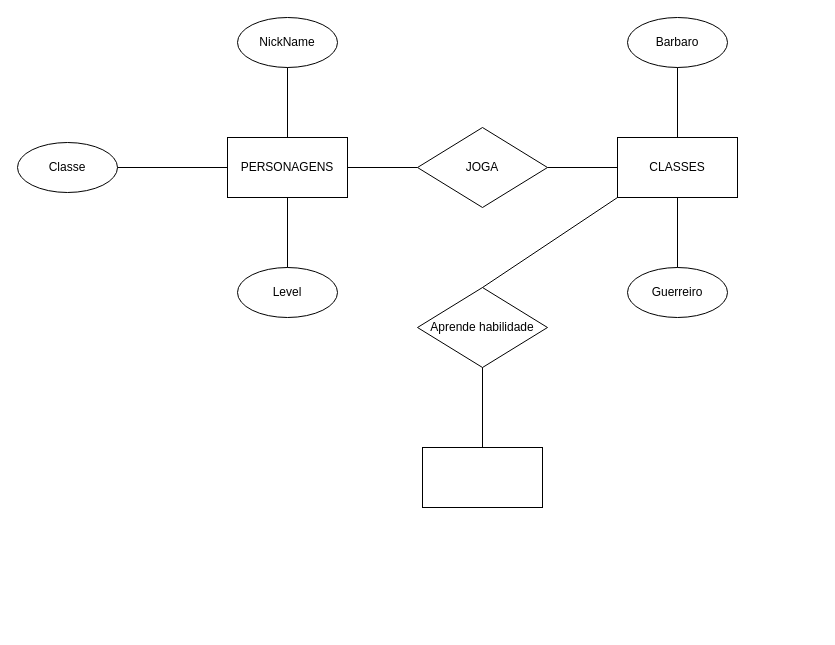
Before: Banco De Dados/atividades/RPG_GAME.drawio in Ricettoo/Trabalhos-CCOMP, a draw.io diagram. Source tidied: cells renumbered, new cells numbered last; positions are measured from the earlier drawing's top-left corner, leaving out a move shared by most shapes. Both pictures are drawn from the tidied source at 100%, with x=0, y=0 at pixel (17, 17).
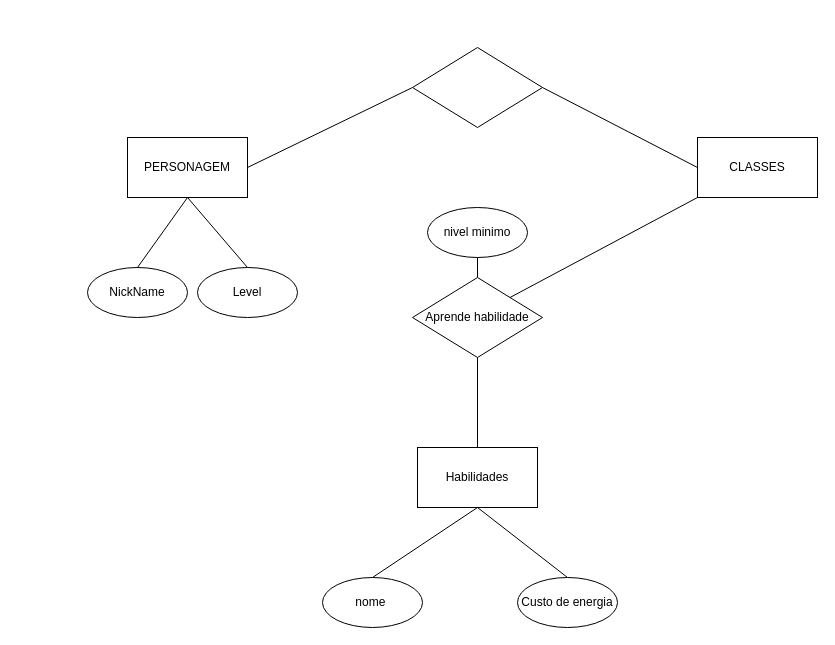
The same page after the edit.

Diff of the diagram source:
```diff
@@
-    <mxCell id="2" value="JOGA" style="rhombus;whiteSpace=wrap;html=1;rounded=0;" parent="1" vertex="1">
-      <mxGeometry x="400" y="110" width="130" height="80" as="geometry" />
+    <mxCell id="2" style="rhombus;whiteSpace=wrap;html=1;rounded=0;" parent="1" vertex="1">
+      <mxGeometry x="395" y="30" width="130" height="80" as="geometry" />
     </mxCell>
     <mxCell id="3" value="CLASSES" style="rounded=0;whiteSpace=wrap;html=1;" parent="1" vertex="1">
-      <mxGeometry x="600" y="120" width="120" height="60" as="geometry" />
+      <mxGeometry x="680" y="120" width="120" height="60" as="geometry" />
     </mxCell>
@@
-    <mxCell id="5" value="PERSONAGENS" style="rounded=0;whiteSpace=wrap;html=1;" parent="1" vertex="1">
-      <mxGeometry x="210" y="120" width="120" height="60" as="geometry" />
+    <mxCell id="5" value="PERSONAGEM" style="rounded=0;whiteSpace=wrap;html=1;" parent="1" vertex="1">
+      <mxGeometry x="110" y="120" width="120" height="60" as="geometry" />
     </mxCell>
@@
     <mxCell id="7" value="NickName" style="ellipse;whiteSpace=wrap;html=1;" parent="1" vertex="1">
-      <mxGeometry x="220" width="100" height="50" as="geometry" />
+      <mxGeometry x="70" y="250" width="100" height="50" as="geometry" />
     </mxCell>
     <mxCell id="8" value="Level" style="ellipse;whiteSpace=wrap;html=1;" parent="1" vertex="1">
-      <mxGeometry x="220" y="250" width="100" height="50" as="geometry" />
+      <mxGeometry x="180" y="250" width="100" height="50" as="geometry" />
     </mxCell>
-    <mxCell id="9" value="Classe" style="ellipse;whiteSpace=wrap;html=1;" parent="1" vertex="1">
-      <mxGeometry y="125" width="100" height="50" as="geometry" />
-    </mxCell>
-    <mxCell id="10" style="endArrow=none;html=1;rounded=0;exitX=0.5;exitY=1;exitDx=0;exitDy=0;entryX=0.5;entryY=0;entryDx=0;entryDy=0;" parent="1" edge="1" source="7" target="5">
+    <mxCell id="10" style="endArrow=none;html=1;rounded=0;exitX=0.5;exitY=0;exitDx=0;exitDy=0;entryX=0.5;entryY=1;entryDx=0;entryDy=0;" parent="1" edge="1" source="7" target="5">
       <mxGeometry relative="1" as="geometry" />
     </mxCell>
-    <mxCell id="11" value="Barbaro" style="ellipse;whiteSpace=wrap;html=1;" parent="1" vertex="1">
-      <mxGeometry x="610" width="100" height="50" as="geometry" />
-    </mxCell>
-    <mxCell id="12" value="Guerreiro" style="ellipse;whiteSpace=wrap;html=1;" parent="1" vertex="1">
-      <mxGeometry x="610" y="250" width="100" height="50" as="geometry" />
-    </mxCell>
-    <mxCell id="13" style="endArrow=none;html=1;rounded=0;entryX=0.5;entryY=1;entryDx=0;entryDy=0;exitX=0.5;exitY=0;exitDx=0;exitDy=0;" parent="1" edge="1" source="3" target="11">
-      <mxGeometry relative="1" as="geometry" />
-    </mxCell>
-    <mxCell id="14" style="endArrow=none;html=1;rounded=0;exitX=0.5;exitY=0;exitDx=0;exitDy=0;entryX=0.5;entryY=1;entryDx=0;entryDy=0;" parent="1" edge="1" source="12" target="3">
-      <mxGeometry relative="1" as="geometry" />
-    </mxCell>
-    <mxCell id="15" style="endArrow=none;html=1;rounded=0;exitX=1;exitY=0.5;exitDx=0;exitDy=0;entryX=0;entryY=0.5;entryDx=0;entryDy=0;" parent="1" edge="1" source="9" target="5">
-      <mxGeometry relative="1" as="geometry" />
-    </mxCell>
@@
     <mxCell id="17" value="Aprende habilidade" style="rhombus;whiteSpace=wrap;html=1;rounded=0;" parent="1" vertex="1">
-      <mxGeometry x="400" y="270" width="130" height="80" as="geometry" />
+      <mxGeometry x="395" y="260" width="130" height="80" as="geometry" />
     </mxCell>
-    <mxCell id="18" style="endArrow=none;html=1;rounded=0;exitX=0;exitY=1;exitDx=0;exitDy=0;" parent="1" edge="1" source="3">
-      <mxGeometry relative="1" as="geometry">
-        <mxPoint x="465" y="270" as="targetPoint" />
-      </mxGeometry>
-    </mxCell>
-    <mxCell id="19" style="rounded=0;whiteSpace=wrap;html=1;" parent="1" vertex="1">
-      <mxGeometry x="405" y="430" width="120" height="60" as="geometry" />
+    <mxCell id="19" value="Habilidades" style="rounded=0;whiteSpace=wrap;html=1;" parent="1" vertex="1">
+      <mxGeometry x="400" y="430" width="120" height="60" as="geometry" />
     </mxCell>
@@
+    <mxCell id="21" value="nome&amp;nbsp;" style="ellipse;whiteSpace=wrap;html=1;" parent="1" vertex="1">
+      <mxGeometry x="305" y="560" width="100" height="50" as="geometry" />
+    </mxCell>
+    <mxCell id="22" value="Custo de energia" style="ellipse;whiteSpace=wrap;html=1;" parent="1" vertex="1">
+      <mxGeometry x="500" y="560" width="100" height="50" as="geometry" />
+    </mxCell>
+    <mxCell id="23" style="endArrow=none;html=1;rounded=0;exitX=0.5;exitY=1;exitDx=0;exitDy=0;entryX=0.5;entryY=0;entryDx=0;entryDy=0;" parent="1" edge="1" source="19" target="21">
+      <mxGeometry relative="1" as="geometry" />
+    </mxCell>
+    <mxCell id="24" style="endArrow=none;html=1;rounded=0;entryX=0.5;entryY=0;entryDx=0;entryDy=0;exitX=0.5;exitY=1;exitDx=0;exitDy=0;" parent="1" edge="1" source="19" target="22">
+      <mxGeometry relative="1" as="geometry" />
+    </mxCell>
+    <mxCell id="25" style="endArrow=none;html=1;rounded=0;entryX=0;entryY=1;entryDx=0;entryDy=0;exitX=1;exitY=0;exitDx=0;exitDy=0;" parent="1" edge="1" source="17" target="3">
+      <mxGeometry relative="1" as="geometry" />
+    </mxCell>
+    <mxCell id="26" value="nivel minimo" style="ellipse;whiteSpace=wrap;html=1;" parent="1" vertex="1">
+      <mxGeometry x="410" y="190" width="100" height="50" as="geometry" />
+    </mxCell>
+    <mxCell id="27" style="endArrow=none;html=1;rounded=0;entryX=0.5;entryY=1;entryDx=0;entryDy=0;" parent="1" edge="1" target="26">
+      <mxGeometry relative="1" as="geometry">
+        <mxPoint x="460" y="260" as="sourcePoint" />
+      </mxGeometry>
+    </mxCell>
```
